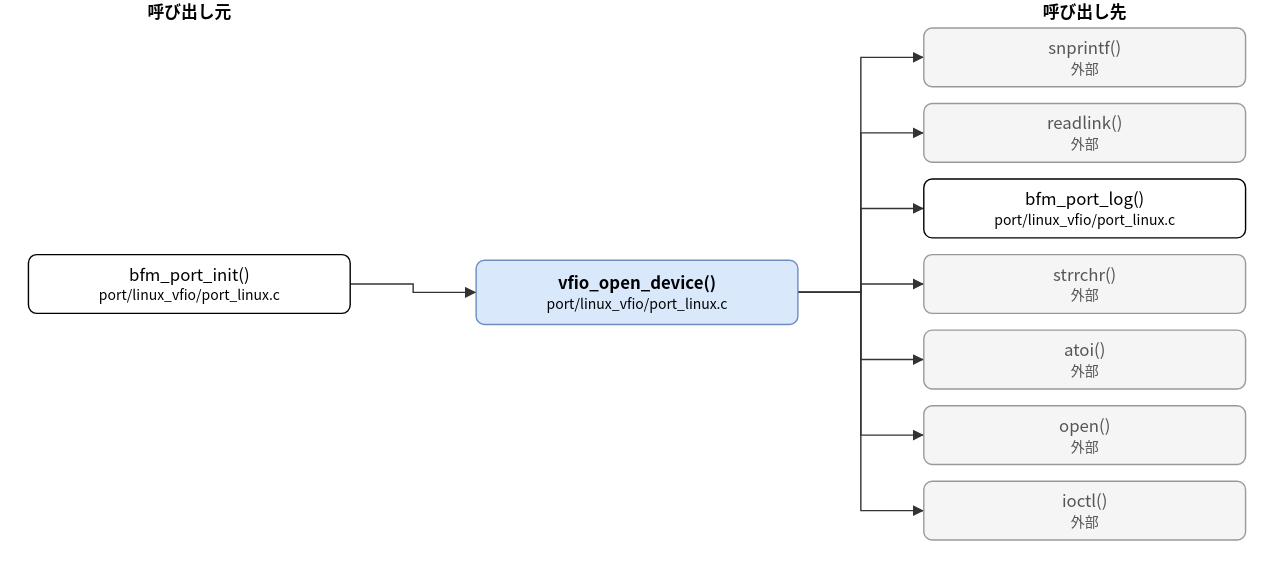
The draw.io diagram doc/spec/images/call_port_linux_vfio_port_linux-vfio_open_device.drawio.svg in hf355051012-ai/bfmem, before a commit. Source tidied: cells renumbered, new cells last; positions are measured from the earlier drawing's top-left corner, leaving out a move shared by most shapes.
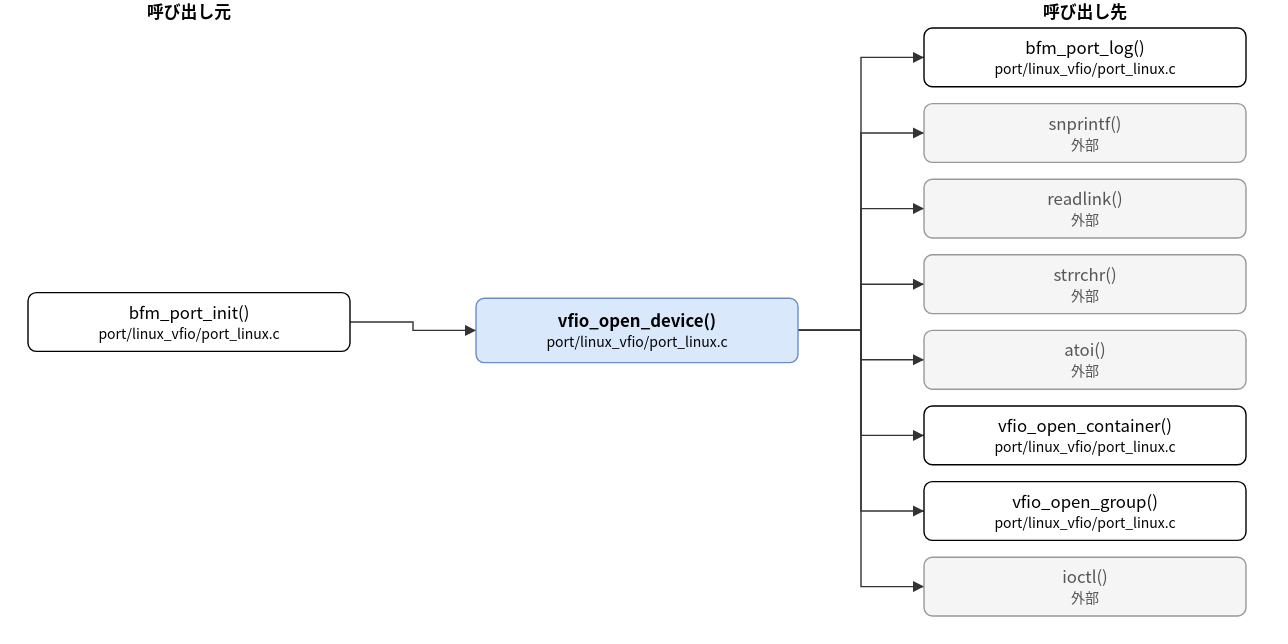
Above is the later version.

Diff of the diagram source:
```diff
@@ -3,18 +3,18 @@
     <mxCell id="0" />
     <mxCell id="1" parent="0" />
     <mxCell id="2" value="vfio_open_device()&lt;br&gt;&lt;font style=&quot;font-size:10px&quot;&gt;port/linux_vfio/port_linux.c&lt;/font&gt;" style="rounded=1;whiteSpace=wrap;html=1;fillColor=#dae8fc;strokeColor=#6c8ebf;fontStyle=1;" parent="1" vertex="1">
-      <mxGeometry x="320" y="186" width="230" height="46" as="geometry" />
+      <mxGeometry x="320" y="213" width="230" height="46" as="geometry" />
     </mxCell>
     <mxCell id="3" value="bfm_port_init()&lt;br&gt;&lt;font style=&quot;font-size:10px&quot;&gt;port/linux_vfio/port_linux.c&lt;/font&gt;" style="rounded=1;whiteSpace=wrap;html=1;" parent="1" vertex="1">
-      <mxGeometry y="182" width="230" height="42" as="geometry" />
+      <mxGeometry y="209" width="230" height="42" as="geometry" />
     </mxCell>
-    <mxCell id="4" value="snprintf()&lt;br&gt;&lt;font style=&quot;font-size:10px&quot;&gt;外部&lt;/font&gt;" style="rounded=1;whiteSpace=wrap;html=1;fillColor=#f5f5f5;strokeColor=#999999;fontColor=#555555;" parent="1" vertex="1">
+    <mxCell id="4" value="bfm_port_log()&lt;br&gt;&lt;font style=&quot;font-size:10px&quot;&gt;port/linux_vfio/port_linux.c&lt;/font&gt;" style="rounded=1;whiteSpace=wrap;html=1;" parent="1" vertex="1">
       <mxGeometry x="640" y="20" width="230" height="42" as="geometry" />
     </mxCell>
-    <mxCell id="5" value="readlink()&lt;br&gt;&lt;font style=&quot;font-size:10px&quot;&gt;外部&lt;/font&gt;" style="rounded=1;whiteSpace=wrap;html=1;fillColor=#f5f5f5;strokeColor=#999999;fontColor=#555555;" parent="1" vertex="1">
+    <mxCell id="5" value="snprintf()&lt;br&gt;&lt;font style=&quot;font-size:10px&quot;&gt;外部&lt;/font&gt;" style="rounded=1;whiteSpace=wrap;html=1;fillColor=#f5f5f5;strokeColor=#999999;fontColor=#555555;" parent="1" vertex="1">
       <mxGeometry x="640" y="74" width="230" height="42" as="geometry" />
     </mxCell>
-    <mxCell id="6" value="bfm_port_log()&lt;br&gt;&lt;font style=&quot;font-size:10px&quot;&gt;port/linux_vfio/port_linux.c&lt;/font&gt;" style="rounded=1;whiteSpace=wrap;html=1;" parent="1" vertex="1">
+    <mxCell id="6" value="readlink()&lt;br&gt;&lt;font style=&quot;font-size:10px&quot;&gt;外部&lt;/font&gt;" style="rounded=1;whiteSpace=wrap;html=1;fillColor=#f5f5f5;strokeColor=#999999;fontColor=#555555;" parent="1" vertex="1">
       <mxGeometry x="640" y="128" width="230" height="42" as="geometry" />
     </mxCell>
     <mxCell id="7" value="strrchr()&lt;br&gt;&lt;font style=&quot;font-size:10px&quot;&gt;外部&lt;/font&gt;" style="rounded=1;whiteSpace=wrap;html=1;fillColor=#f5f5f5;strokeColor=#999999;fontColor=#555555;" parent="1" vertex="1">
@@ -23,24 +23,27 @@
     <mxCell id="8" value="atoi()&lt;br&gt;&lt;font style=&quot;font-size:10px&quot;&gt;外部&lt;/font&gt;" style="rounded=1;whiteSpace=wrap;html=1;fillColor=#f5f5f5;strokeColor=#999999;fontColor=#555555;" parent="1" vertex="1">
       <mxGeometry x="640" y="236" width="230" height="42" as="geometry" />
     </mxCell>
-    <mxCell id="9" value="open()&lt;br&gt;&lt;font style=&quot;font-size:10px&quot;&gt;外部&lt;/font&gt;" style="rounded=1;whiteSpace=wrap;html=1;fillColor=#f5f5f5;strokeColor=#999999;fontColor=#555555;" parent="1" vertex="1">
+    <mxCell id="9" value="vfio_open_container()&lt;br&gt;&lt;font style=&quot;font-size:10px&quot;&gt;port/linux_vfio/port_linux.c&lt;/font&gt;" style="rounded=1;whiteSpace=wrap;html=1;" parent="1" vertex="1">
       <mxGeometry x="640" y="290" width="230" height="42" as="geometry" />
     </mxCell>
-    <mxCell id="10" value="ioctl()&lt;br&gt;&lt;font style=&quot;font-size:10px&quot;&gt;外部&lt;/font&gt;" style="rounded=1;whiteSpace=wrap;html=1;fillColor=#f5f5f5;strokeColor=#999999;fontColor=#555555;" parent="1" vertex="1">
+    <mxCell id="10" value="vfio_open_group()&lt;br&gt;&lt;font style=&quot;font-size:10px&quot;&gt;port/linux_vfio/port_linux.c&lt;/font&gt;" style="rounded=1;whiteSpace=wrap;html=1;" parent="1" vertex="1">
       <mxGeometry x="640" y="344" width="230" height="42" as="geometry" />
     </mxCell>
+    <mxCell id="21" value="ioctl()&lt;br&gt;&lt;font style=&quot;font-size:10px&quot;&gt;外部&lt;/font&gt;" style="rounded=1;whiteSpace=wrap;html=1;fillColor=#f5f5f5;strokeColor=#999999;fontColor=#555555;" parent="1" vertex="1">
+      <mxGeometry x="640" y="398" width="230" height="42" as="geometry" />
+    </mxCell>
     <mxCell id="11" style="edgeStyle=none;html=1;rounded=0;endArrow=block;endFill=1;exitX=1.0000;exitY=0.5000;exitDx=0;exitDy=0;exitPerimeter=0;entryX=0.0000;entryY=0.5000;entryDx=0;entryDy=0;entryPerimeter=0;" parent="1" edge="1" source="3" target="2">
       <mxGeometry relative="1" as="geometry">
         <Array as="points">
-          <mxPoint x="275" y="203" />
-          <mxPoint x="275" y="209" />
+          <mxPoint x="275" y="230" />
+          <mxPoint x="275" y="236" />
         </Array>
       </mxGeometry>
     </mxCell>
     <mxCell id="12" style="edgeStyle=none;html=1;rounded=0;endArrow=block;endFill=1;exitX=1.0000;exitY=0.5000;exitDx=0;exitDy=0;exitPerimeter=0;entryX=0.0000;entryY=0.5000;entryDx=0;entryDy=0;entryPerimeter=0;" parent="1" edge="1" source="2" target="4">
       <mxGeometry relative="1" as="geometry">
         <Array as="points">
-          <mxPoint x="595" y="209" />
+          <mxPoint x="595" y="236" />
           <mxPoint x="595" y="41" />
         </Array>
       </mxGeometry>
@@ -48,7 +51,7 @@
     <mxCell id="13" style="edgeStyle=none;html=1;rounded=0;endArrow=block;endFill=1;exitX=1.0000;exitY=0.5000;exitDx=0;exitDy=0;exitPerimeter=0;entryX=0.0000;entryY=0.5000;entryDx=0;entryDy=0;entryPerimeter=0;" parent="1" edge="1" source="2" target="5">
       <mxGeometry relative="1" as="geometry">
         <Array as="points">
-          <mxPoint x="595" y="209" />
+          <mxPoint x="595" y="236" />
           <mxPoint x="595" y="95" />
         </Array>
       </mxGeometry>
@@ -56,7 +59,7 @@
     <mxCell id="14" style="edgeStyle=none;html=1;rounded=0;endArrow=block;endFill=1;exitX=1.0000;exitY=0.5000;exitDx=0;exitDy=0;exitPerimeter=0;entryX=0.0000;entryY=0.5000;entryDx=0;entryDy=0;entryPerimeter=0;" parent="1" edge="1" source="2" target="6">
       <mxGeometry relative="1" as="geometry">
         <Array as="points">
-          <mxPoint x="595" y="209" />
+          <mxPoint x="595" y="236" />
           <mxPoint x="595" y="149" />
         </Array>
       </mxGeometry>
@@ -64,7 +67,7 @@
     <mxCell id="15" style="edgeStyle=none;html=1;rounded=0;endArrow=block;endFill=1;exitX=1.0000;exitY=0.5000;exitDx=0;exitDy=0;exitPerimeter=0;entryX=0.0000;entryY=0.5000;entryDx=0;entryDy=0;entryPerimeter=0;" parent="1" edge="1" source="2" target="7">
       <mxGeometry relative="1" as="geometry">
         <Array as="points">
-          <mxPoint x="595" y="209" />
+          <mxPoint x="595" y="236" />
           <mxPoint x="595" y="203" />
         </Array>
       </mxGeometry>
@@ -72,7 +75,7 @@
     <mxCell id="16" style="edgeStyle=none;html=1;rounded=0;endArrow=block;endFill=1;exitX=1.0000;exitY=0.5000;exitDx=0;exitDy=0;exitPerimeter=0;entryX=0.0000;entryY=0.5000;entryDx=0;entryDy=0;entryPerimeter=0;" parent="1" edge="1" source="2" target="8">
       <mxGeometry relative="1" as="geometry">
         <Array as="points">
-          <mxPoint x="595" y="209" />
+          <mxPoint x="595" y="236" />
           <mxPoint x="595" y="257" />
         </Array>
       </mxGeometry>
@@ -80,7 +83,7 @@
     <mxCell id="17" style="edgeStyle=none;html=1;rounded=0;endArrow=block;endFill=1;exitX=1.0000;exitY=0.5000;exitDx=0;exitDy=0;exitPerimeter=0;entryX=0.0000;entryY=0.5000;entryDx=0;entryDy=0;entryPerimeter=0;" parent="1" edge="1" source="2" target="9">
       <mxGeometry relative="1" as="geometry">
         <Array as="points">
-          <mxPoint x="595" y="209" />
+          <mxPoint x="595" y="236" />
           <mxPoint x="595" y="311" />
         </Array>
       </mxGeometry>
@@ -88,11 +91,19 @@
     <mxCell id="18" style="edgeStyle=none;html=1;rounded=0;endArrow=block;endFill=1;exitX=1.0000;exitY=0.5000;exitDx=0;exitDy=0;exitPerimeter=0;entryX=0.0000;entryY=0.5000;entryDx=0;entryDy=0;entryPerimeter=0;" parent="1" edge="1" source="2" target="10">
       <mxGeometry relative="1" as="geometry">
         <Array as="points">
-          <mxPoint x="595" y="209" />
+          <mxPoint x="595" y="236" />
           <mxPoint x="595" y="365" />
         </Array>
       </mxGeometry>
     </mxCell>
+    <mxCell id="22" style="edgeStyle=none;html=1;rounded=0;endArrow=block;endFill=1;exitX=1.0000;exitY=0.5000;exitDx=0;exitDy=0;exitPerimeter=0;entryX=0.0000;entryY=0.5000;entryDx=0;entryDy=0;entryPerimeter=0;" parent="1" edge="1" source="2" target="21">
+      <mxGeometry relative="1" as="geometry">
+        <Array as="points">
+          <mxPoint x="595" y="236" />
+          <mxPoint x="595" y="419" />
+        </Array>
+      </mxGeometry>
+    </mxCell>
     <mxCell id="19" value="呼び出し元" style="text;html=1;align=center;fontStyle=1;" parent="1" vertex="1">
       <mxGeometry x="35" width="160" height="18" as="geometry" />
     </mxCell>
```
